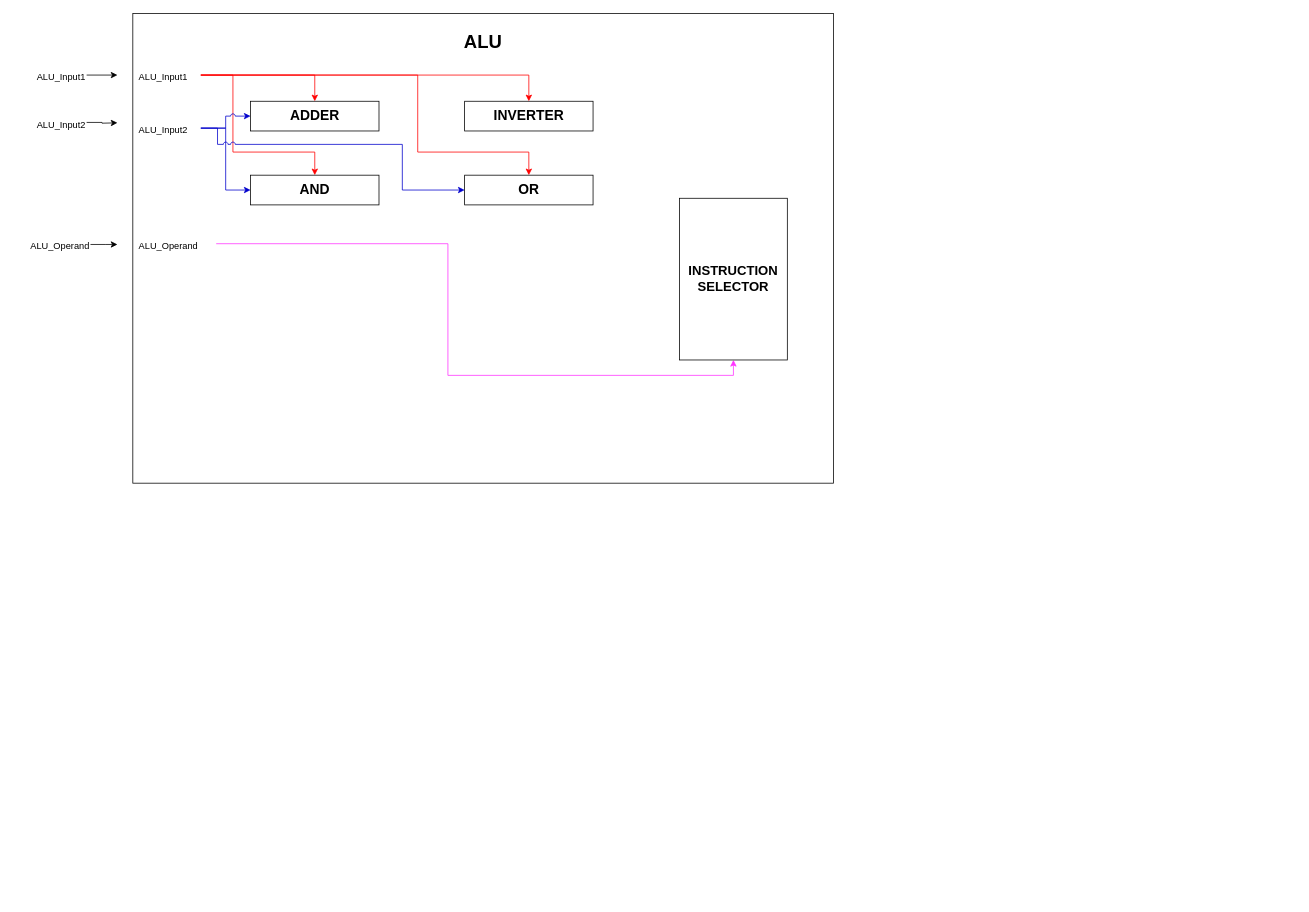
Vichu95/Basic_CPU_FPGA keeps this draw.io diagram as page "ALU" (2 of 2) of 01_InitialDesign/BasicDesign.drawio. Above is the earlier version. Source tidied: cells renumbered, new cells numbered last; positions are measured from the earlier drawing's top-left corner, leaving out a move shared by most shapes. Both pictures are drawn from the tidied source at 77%, with x=0, y=0 at pixel (13, 13).
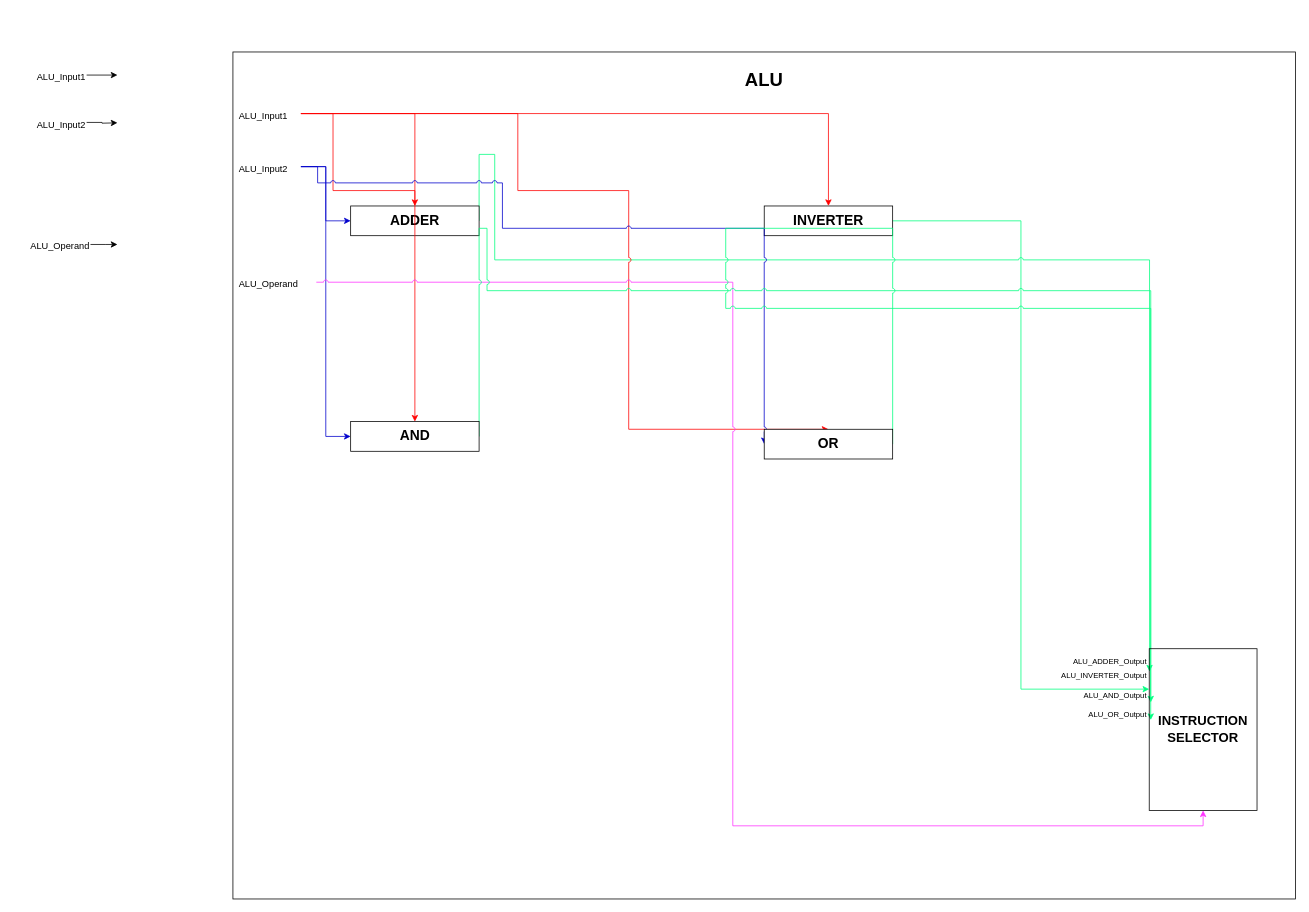
After the change.

Commit message:
Before any connector changes

The edit, as a diff of the source:
```diff
@@
     <mxCell id="2" value="&lt;h1&gt;&lt;b&gt;ALU&lt;/b&gt;&lt;/h1&gt;" style="rounded=0;whiteSpace=wrap;html=1;verticalAlign=top;" parent="1" vertex="1">
-      <mxGeometry x="155" width="910" height="610" as="geometry" />
+      <mxGeometry x="285" y="50" width="1380" height="1100" as="geometry" />
     </mxCell>
+    <mxCell id="25" style="edgeStyle=orthogonalEdgeStyle;shape=connector;rounded=0;jumpStyle=arc;jettySize=auto;html=1;exitX=1;exitY=0.5;exitDx=0;exitDy=0;entryX=0;entryY=0.25;entryDx=0;entryDy=0;labelBackgroundColor=default;strokeColor=#00FF80;fontFamily=Helvetica;fontSize=17;fontColor=default;endArrow=classic;" parent="2" edge="1" source="3" target="18">
+      <mxGeometry relative="1" as="geometry" />
+    </mxCell>
     <mxCell id="3" value="&lt;h2&gt;&lt;b&gt;INVERTER&lt;/b&gt;&lt;/h2&gt;" style="rounded=0;whiteSpace=wrap;html=1;" parent="2" vertex="1">
-      <mxGeometry x="430.9" y="114" width="166.8" height="38.6" as="geometry" />
+      <mxGeometry x="690" y="200" width="166.8" height="38.6" as="geometry" />
     </mxCell>
+    <mxCell id="26" style="edgeStyle=orthogonalEdgeStyle;shape=connector;rounded=0;jumpStyle=arc;jettySize=auto;html=1;exitX=1;exitY=0.5;exitDx=0;exitDy=0;entryX=0.003;entryY=0.141;entryDx=0;entryDy=0;entryPerimeter=0;labelBackgroundColor=default;strokeColor=#00FF80;fontFamily=Helvetica;fontSize=17;fontColor=default;endArrow=classic;" parent="2" edge="1" source="4" target="18">
+      <mxGeometry relative="1" as="geometry">
+        <Array as="points">
+          <mxPoint x="340" y="133" />
+          <mxPoint x="340" y="270" />
+        </Array>
+      </mxGeometry>
+    </mxCell>
     <mxCell id="4" value="&lt;h2&gt;&lt;b&gt;ADDER&lt;/b&gt;&lt;/h2&gt;" style="rounded=0;whiteSpace=wrap;html=1;" parent="2" vertex="1">
-      <mxGeometry x="152.9" y="114" width="166.8" height="38.6" as="geometry" />
+      <mxGeometry x="152.9" y="200" width="166.8" height="38.6" as="geometry" />
     </mxCell>
@@
+    <mxCell id="27" style="edgeStyle=orthogonalEdgeStyle;shape=connector;rounded=0;jumpStyle=arc;jettySize=auto;html=1;exitX=1;exitY=0.5;exitDx=0;exitDy=0;entryX=0.014;entryY=0.332;entryDx=0;entryDy=0;entryPerimeter=0;labelBackgroundColor=default;strokeColor=#00FF80;fontFamily=Helvetica;fontSize=17;fontColor=default;endArrow=classic;" parent="2" edge="1" source="16" target="18">
+      <mxGeometry relative="1" as="geometry">
+        <Array as="points">
+          <mxPoint x="330" y="229" />
+          <mxPoint x="330" y="310" />
+        </Array>
+      </mxGeometry>
+    </mxCell>
     <mxCell id="16" value="&lt;h2&gt;&lt;b&gt;AND&lt;/b&gt;&lt;/h2&gt;" style="rounded=0;whiteSpace=wrap;html=1;" parent="2" vertex="1">
-      <mxGeometry x="152.9" y="210" width="166.8" height="38.6" as="geometry" />
+      <mxGeometry x="152.9" y="480" width="166.8" height="38.6" as="geometry" />
     </mxCell>
+    <mxCell id="28" style="edgeStyle=orthogonalEdgeStyle;shape=connector;rounded=0;jumpStyle=arc;jettySize=auto;html=1;exitX=1;exitY=0.5;exitDx=0;exitDy=0;entryX=0.014;entryY=0.441;entryDx=0;entryDy=0;entryPerimeter=0;labelBackgroundColor=default;strokeColor=#00FF80;fontFamily=Helvetica;fontSize=17;fontColor=default;endArrow=classic;" parent="2" edge="1" source="17" target="18">
+      <mxGeometry relative="1" as="geometry">
+        <Array as="points">
+          <mxPoint x="640" y="229" />
+          <mxPoint x="640" y="333" />
+        </Array>
+      </mxGeometry>
+    </mxCell>
     <mxCell id="17" value="&lt;h2&gt;&lt;b&gt;OR&lt;/b&gt;&lt;/h2&gt;" style="rounded=0;whiteSpace=wrap;html=1;" parent="2" vertex="1">
-      <mxGeometry x="430.9" y="210" width="166.8" height="38.6" as="geometry" />
+      <mxGeometry x="690" y="490" width="166.8" height="38.6" as="geometry" />
     </mxCell>
+    <mxCell id="29" style="group;" parent="2" vertex="1">
+      <mxGeometry x="1050" y="770" width="280" height="215" as="geometry" />
+    </mxCell>
-    <mxCell id="18" value="&lt;h2 style=&quot;font-size: 17px;&quot;&gt;INSTRUCTION&lt;br&gt;SELECTOR&lt;/h2&gt;" style="rounded=0;whiteSpace=wrap;html=1;fontFamily=Helvetica;fontSize=22;fontColor=default;fillColor=none;gradientColor=none;" parent="2" vertex="1">
-      <mxGeometry x="710" y="240" width="140" height="210" as="geometry" />
+    <mxCell id="18" value="&lt;h2 style=&quot;font-size: 17px;&quot;&gt;INSTRUCTION&lt;br&gt;SELECTOR&lt;/h2&gt;" style="rounded=0;whiteSpace=wrap;html=1;fontFamily=Helvetica;fontSize=22;fontColor=default;fillColor=none;gradientColor=none;" parent="29" vertex="1">
+      <mxGeometry x="140" y="5" width="140" height="210" as="geometry" />
     </mxCell>
+    <mxCell id="30" value="&lt;font style=&quot;font-size: 10px;&quot;&gt;ALU_ADDER_Output&lt;/font&gt;" style="text;html=1;align=right;verticalAlign=middle;fillColor=none;strokeColor=none;rounded=0;fontFamily=Helvetica;fontSize=17;fontColor=default;spacing=4;" parent="29" vertex="1">
+      <mxGeometry x="20" width="120" height="40" as="geometry" />
+    </mxCell>
+    <mxCell id="31" value="&lt;font style=&quot;font-size: 10px;&quot;&gt;ALU_INVERTER_Output&lt;/font&gt;" style="text;html=1;align=right;verticalAlign=middle;fillColor=none;strokeColor=none;rounded=0;fontFamily=Helvetica;fontSize=17;fontColor=default;spacing=4;" parent="29" vertex="1">
+      <mxGeometry y="19" width="140" height="40" as="geometry" />
+    </mxCell>
+    <mxCell id="32" value="&lt;font style=&quot;font-size: 10px;&quot;&gt;ALU_AND_Output&lt;/font&gt;" style="text;html=1;align=right;verticalAlign=middle;fillColor=none;strokeColor=none;rounded=0;fontFamily=Helvetica;fontSize=17;fontColor=default;spacing=4;" parent="29" vertex="1">
+      <mxGeometry x="30" y="44" width="110" height="40" as="geometry" />
+    </mxCell>
+    <mxCell id="33" value="&lt;font style=&quot;font-size: 10px;&quot;&gt;ALU_OR_Output&lt;/font&gt;" style="text;html=1;align=right;verticalAlign=middle;fillColor=none;strokeColor=none;rounded=0;fontFamily=Helvetica;fontSize=17;fontColor=default;spacing=4;" parent="29" vertex="1">
+      <mxGeometry x="40" y="69" width="100" height="40" as="geometry" />
+    </mxCell>
```
